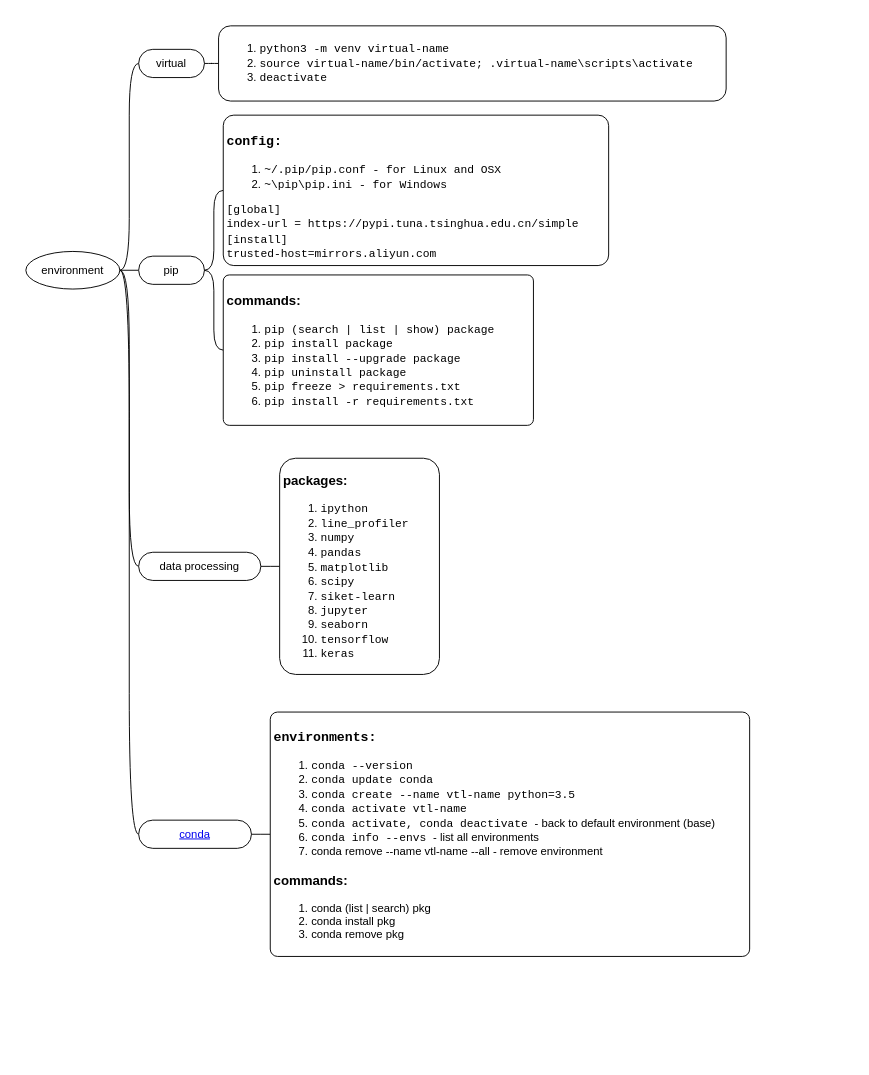
Above: languages/python/python.drawio in yangdj/tf_docs (draw.io), before the change. Source tidied: cells renumbered, new cells numbered last; positions are measured from the earlier drawing's top-left corner, leaving out a move shared by most shapes. Both pictures are drawn from the tidied source at 94%, with x=0, y=0 at pixel (16, 16).
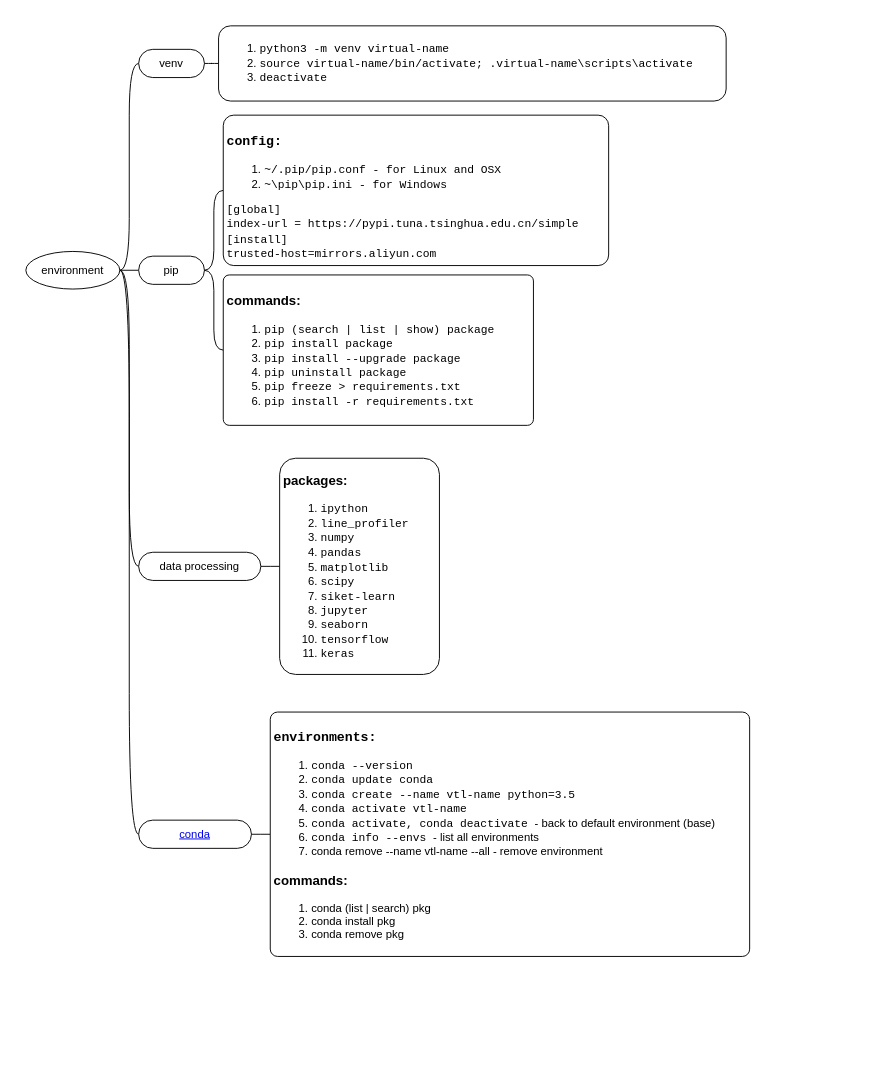
After the change.

Unchanged cells that the change refers to:
```xml
<mxCell id="2" style="swimlane;html=1;startSize=20;horizontal=1;containerType=tree;fillColor=none;strokeColor=none;" parent="1" vertex="1">
  <mxGeometry width="890" height="1110" as="geometry" />
</mxCell>
```

Change to the diagram source:
```diff
@@
-    <mxCell id="9" value="virtual" style="whiteSpace=wrap;html=1;rounded=1;arcSize=50;align=center;verticalAlign=middle;strokeWidth=1;spacing=4;newEdgeStyle={&quot;edgeStyle&quot;:&quot;entityRelationEdgeStyle&quot;,&quot;startArrow&quot;:&quot;none&quot;,&quot;endArrow&quot;:&quot;none&quot;,&quot;segment&quot;:10,&quot;curved&quot;:1};" parent="2" vertex="1">
+    <mxCell id="9" value="venv" style="whiteSpace=wrap;html=1;rounded=1;arcSize=50;align=center;verticalAlign=middle;strokeWidth=1;spacing=4;newEdgeStyle={&quot;edgeStyle&quot;:&quot;entityRelationEdgeStyle&quot;,&quot;startArrow&quot;:&quot;none&quot;,&quot;endArrow&quot;:&quot;none&quot;,&quot;segment&quot;:10,&quot;curved&quot;:1};" parent="2" vertex="1">
       <mxGeometry x="130" y="35" width="70" height="30" as="geometry" />
     </mxCell>
```
